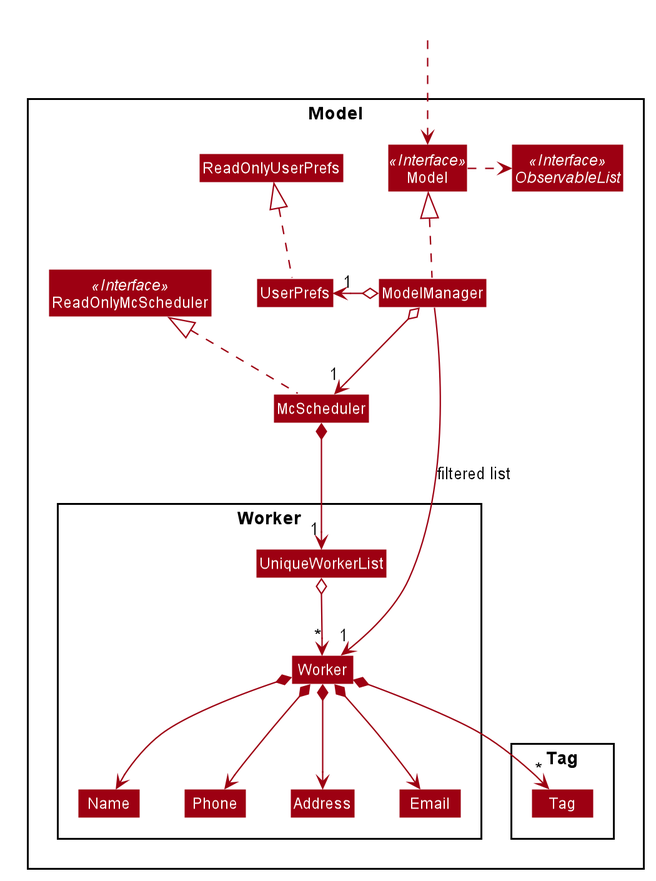
wakululuu/tp keeps this PlantUML diagram as docs/images/ModelClassDiagram.png. Above is the earlier version. Its diagram source:
```plantuml
@startuml








skinparam BackgroundColor #FFFFFFF

skinparam Shadowing false

skinparam Class {
    FontColor #FFFFFF
    BorderThickness 1
    BorderColor #FFFFFF
    StereotypeFontColor #FFFFFF
    FontName Arial
    AttributeFontColor #FFFFFF
    AttributeFontName Arial
}

skinparam Actor {
    BorderColor #000000
    Color #000000
    FontName Arial
}

skinparam Sequence {
    MessageAlign center
    BoxFontSize 15
    BoxPadding 0
    BoxFontColor #FFFFFF
    FontName Arial
}

skinparam Participant {
    FontColor #FFFFFFF
    Padding 20
}

skinparam MinClassWidth 50
skinparam ParticipantPadding 10
skinparam Shadowing false
skinparam DefaultTextAlignment center
skinparam packageStyle Rectangle

hide footbox
hide empty members
hide circle
skinparam arrowThickness 1.1
skinparam arrowColor #9D0012
skinparam classBackgroundColor #9D0012

Package Model <<Rectangle>>{
Interface ReadOnlyMcScheduler <<Interface>>
Interface Model <<Interface>>
Interface ObservableList <<Interface>>
Class McScheduler
Class ReadOnlyMcScheduler
Class Model
Class ModelManager
Class UserPrefs
Class ReadOnlyUserPrefs

Package Worker {
Class Worker
Class Address
Class Email
Class Name
Class Phone
Class UniqueWorkerList
}

Package Tag {
Class Tag
}
}

Class HiddenOutside #FFFFFF
HiddenOutside ..> Model

McScheduler .up.|> ReadOnlyMcScheduler

ModelManager .up.|> Model
Model .right.> ObservableList
ModelManager o--> "1" McScheduler
ModelManager o-left-> "1" UserPrefs
UserPrefs .up.|> ReadOnlyUserPrefs

McScheduler *--> "1" UniqueWorkerList
UniqueWorkerList o--> "*" Worker
Worker *--> Name
Worker *--> Phone
Worker *--> Email
Worker *--> Address
Worker *--> "*" Tag

Name -[hidden]right-> Phone
Phone -[hidden]right-> Address
Address -[hidden]right-> Email

ModelManager -->"1" Worker : filtered list
@enduml
```
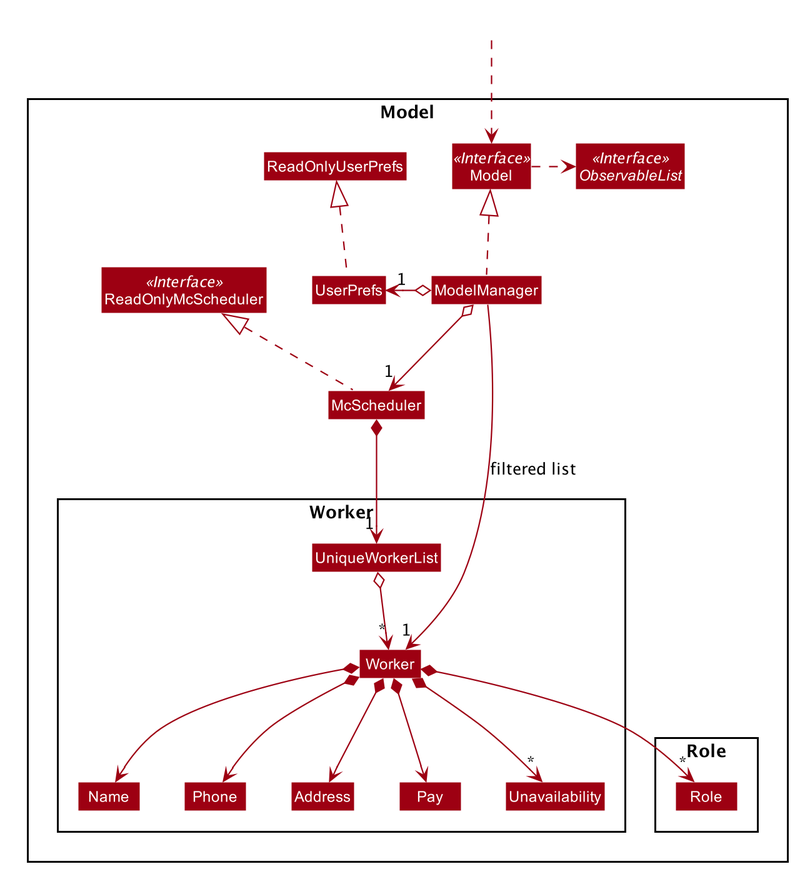
Above is the later version.

Commit message:
Update Model class diagram to include unavailability

What changed in the source:
```diff
@@ -67,14 +67,15 @@
 Package Worker {
 Class Worker
 Class Address
-Class Email
+Class Pay
 Class Name
 Class Phone
+Class Unavailability
 Class UniqueWorkerList
 }
 
-Package Tag {
-Class Tag
+Package Role {
+Class Role
 }
 }
 
@@ -93,13 +94,15 @@
 UniqueWorkerList o--> "*" Worker
 Worker *--> Name
 Worker *--> Phone
-Worker *--> Email
+Worker *--> Pay
 Worker *--> Address
-Worker *--> "*" Tag
+Worker *--> "*" Unavailability
+Worker *--> "*" Role
 
 Name -[hidden]right-> Phone
 Phone -[hidden]right-> Address
-Address -[hidden]right-> Email
+Address -[hidden]right-> Pay
+Pay -[hidden]right-> Unavailability
 
 ModelManager -->"1" Worker : filtered list
 @enduml
```
